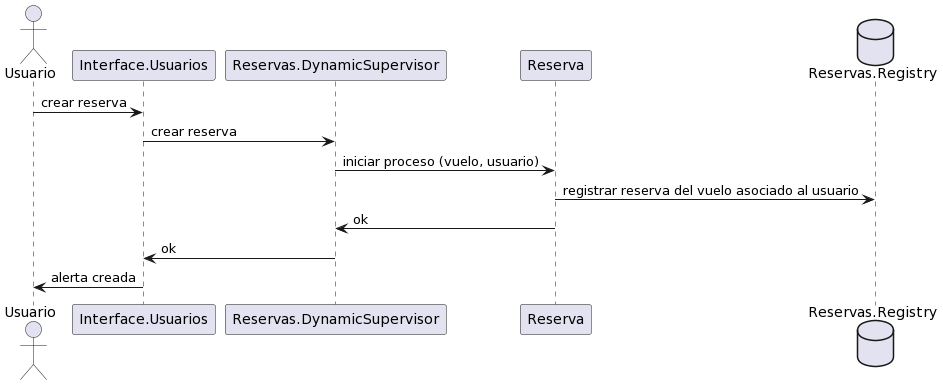
Before: diagrams/Secuencia Reserva.png, a diagram exported from PlantUML (NicoMadd/levantar-vuelo).
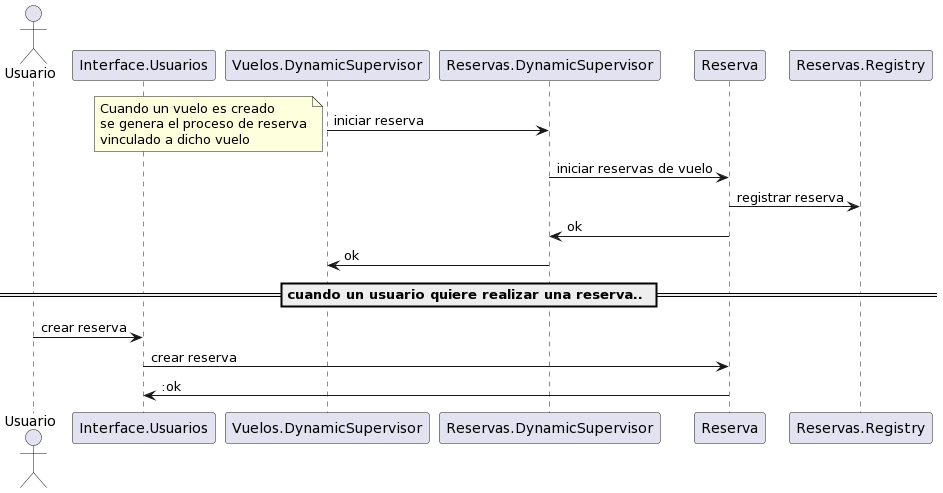
Above is the later version.

Commit message:
actualizo los diferentes diagramas de secuencia

Diff of the diagram source:
```diff
@@ -1,15 +1,21 @@
 @startuml
 actor Usuario
 participant Interface.Usuarios
+participant Vuelos.DynamicSupervisor
 participant Reservas.DynamicSupervisor
 participant Reserva
-database Reservas.Registry
+participant Reservas.Registry
+
+Vuelos.DynamicSupervisor -> Reservas.DynamicSupervisor: iniciar reserva
+note left: Cuando un vuelo es creado\nse genera el proceso de reserva\nvinculado a dicho vuelo
+Reservas.DynamicSupervisor -> Reserva: iniciar reservas de vuelo
+Reserva -> Reservas.Registry: registrar reserva
+Reserva -> Reservas.DynamicSupervisor: ok
+Reservas.DynamicSupervisor -> Vuelos.DynamicSupervisor: ok
+
+== cuando un usuario quiere realizar una reserva.. ==
 
 Usuario -> Interface.Usuarios: crear reserva
-Interface.Usuarios -> Reservas.DynamicSupervisor: crear reserva
-Reservas.DynamicSupervisor -> Reserva: iniciar proceso (vuelo, usuario)
-Reserva -> Reservas.Registry: registrar reserva del vuelo asociado al usuario
-Reserva -> Reservas.DynamicSupervisor: ok
-Reservas.DynamicSupervisor -> Interface.Usuarios: ok
-Interface.Usuarios -> Usuario: alerta creada
+Interface.Usuarios -> Reserva: crear reserva
+Reserva -> Interface.Usuarios: :ok
 @enduml
```
